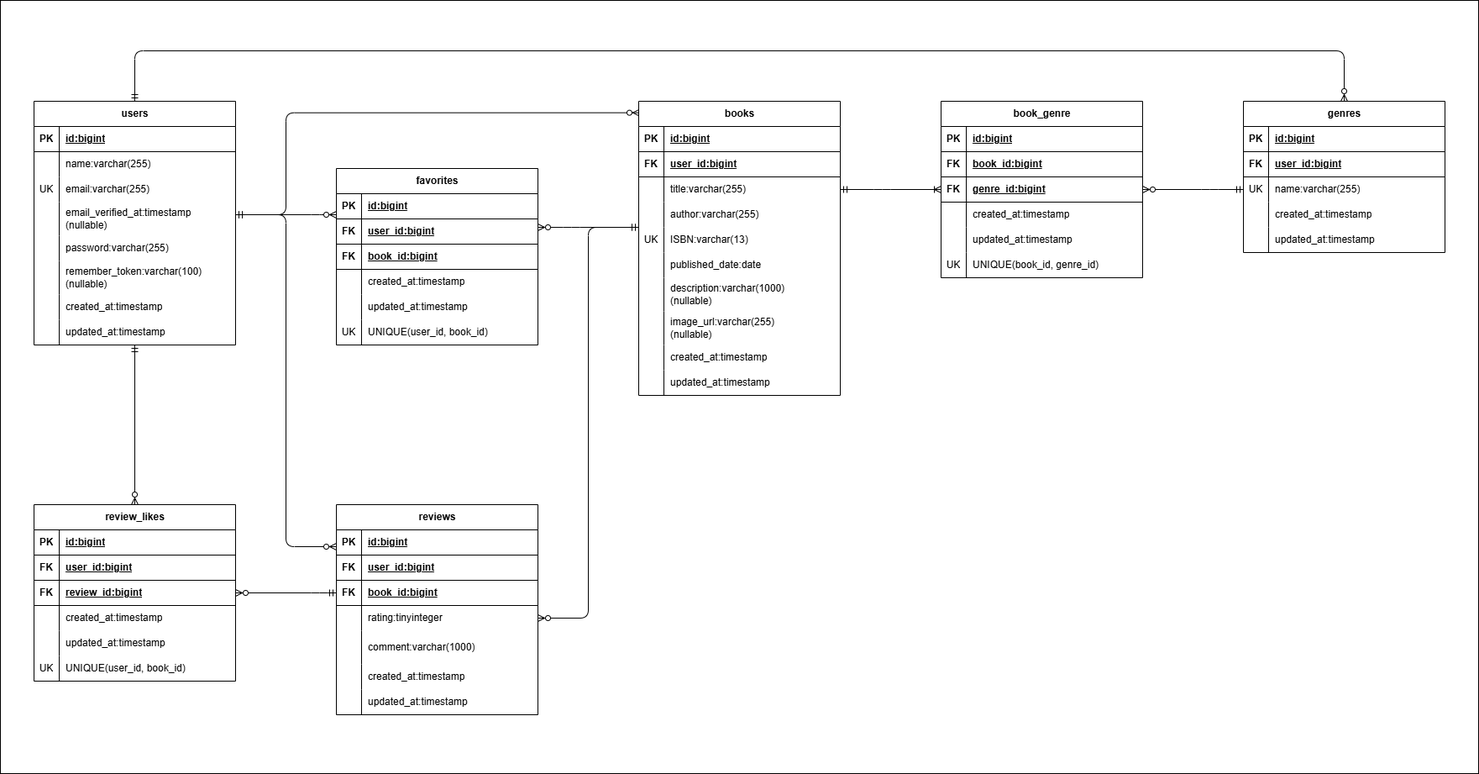
Before: docs/ER.png, a diagram exported from draw.io (tasuku1209/bookshelf-app). Source tidied: cells renumbered, new cells last; positions are measured from the earlier drawing's top-left corner, leaving out a move shared by most shapes.
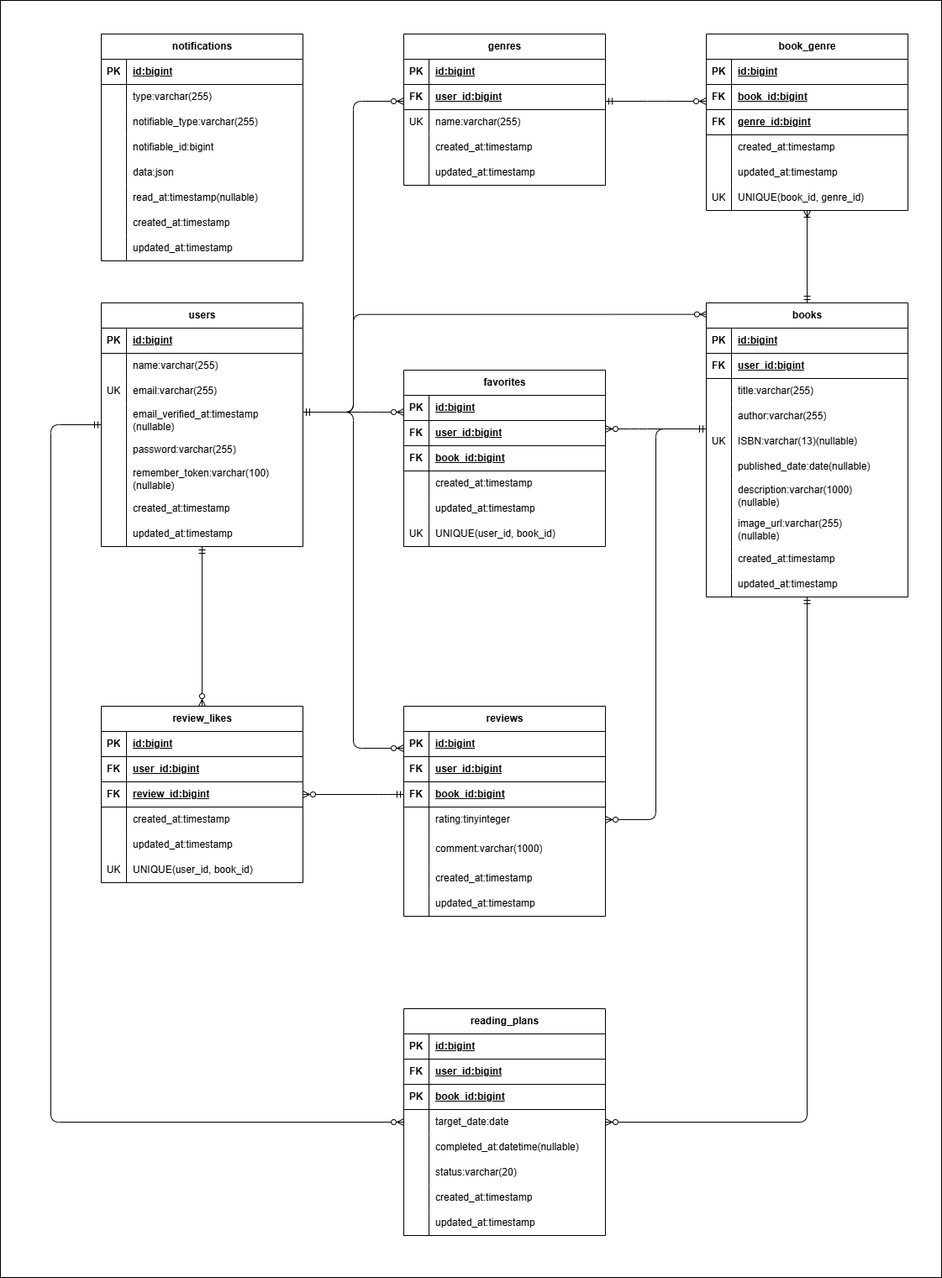
After the commit.

What changed in the source:
```diff
@@ -4,5 +4,5 @@
     <mxCell id="1" parent="0" />
-    <mxCell id="2" style="rounded=0;whiteSpace=wrap;html=1;" parent="1" vertex="1">
-      <mxGeometry width="1760" height="920" as="geometry" />
-    </mxCell>
+    <mxCell id="164" style="rounded=0;whiteSpace=wrap;html=1;" parent="1" vertex="1">
+      <mxGeometry x="-80" y="-240" width="1120" height="1520" as="geometry" />
+    </mxCell>
     <mxCell id="3" style="edgeStyle=orthogonalEdgeStyle;html=1;startArrow=ERmandOne;startFill=0;endArrow=ERzeroToMany;endFill=0;entryX=0.004;entryY=0.039;entryDx=0;entryDy=0;entryPerimeter=0;" parent="1" edge="1" source="8" target="52">
@@ -10,4 +10,4 @@
         <Array as="points">
-          <mxPoint x="340" y="255" />
-          <mxPoint x="340" y="133" />
+          <mxPoint x="340" y="250" />
+          <mxPoint x="340" y="134" />
         </Array>
@@ -18,4 +18,4 @@
         <Array as="points">
-          <mxPoint x="380" y="255" />
-          <mxPoint x="380" y="255" />
+          <mxPoint x="360" y="250" />
+          <mxPoint x="360" y="250" />
         </Array>
@@ -26,3 +26,3 @@
         <Array as="points">
-          <mxPoint x="340" y="255" />
+          <mxPoint x="340" y="250" />
           <mxPoint x="340" y="650" />
@@ -37,4 +37,4 @@
         <Array as="points">
-          <mxPoint x="160" y="60" />
-          <mxPoint x="1600" y="60" />
+          <mxPoint x="340" y="250" />
+          <mxPoint x="340" y="-120" />
         </Array>
@@ -42,2 +42,10 @@
     </mxCell>
+    <mxCell id="165" style="edgeStyle=orthogonalEdgeStyle;html=1;startArrow=ERmandOne;startFill=0;endArrow=ERzeroToMany;endFill=0;" parent="1" edge="1" source="8" target="167">
+      <mxGeometry relative="1" as="geometry">
+        <Array as="points">
+          <mxPoint x="-20" y="265" />
+          <mxPoint x="-20" y="1095" />
+        </Array>
+      </mxGeometry>
+    </mxCell>
     <mxCell id="8" value="users" style="shape=table;startSize=30;rowLines=0;fontStyle=1;align=center;html=1;" parent="1" vertex="1">
@@ -120,4 +128,4 @@
         <Array as="points">
-          <mxPoint x="1440" y="225" />
-          <mxPoint x="1440" y="225" />
+          <mxPoint x="700" y="-120" />
+          <mxPoint x="700" y="-120" />
         </Array>
@@ -126,3 +134,3 @@
     <mxCell id="34" value="genres" style="shape=table;startSize=30;rowLines=0;fontStyle=1;align=center;html=1;" parent="1" vertex="1">
-      <mxGeometry x="1480" y="120" width="240" height="180" as="geometry" />
+      <mxGeometry x="400" y="-200" width="240" height="180" as="geometry" />
     </mxCell>
@@ -184,4 +192,4 @@
         <Array as="points">
-          <mxPoint x="1050" y="225" />
-          <mxPoint x="1050" y="225" />
+          <mxPoint x="880" y="220" />
+          <mxPoint x="880" y="220" />
         </Array>
@@ -189,2 +197,9 @@
     </mxCell>
+    <mxCell id="166" style="edgeStyle=orthogonalEdgeStyle;html=1;startArrow=ERmandOne;startFill=0;endArrow=ERzeroToMany;endFill=0;" parent="1" edge="1" source="52" target="167">
+      <mxGeometry relative="1" as="geometry">
+        <Array as="points">
+          <mxPoint x="880" y="1095" />
+        </Array>
+      </mxGeometry>
+    </mxCell>
     <mxCell id="52" value="books" style="shape=table;startSize=30;rowLines=0;fontStyle=1;align=center;html=1;" parent="1" vertex="1">
@@ -234,3 +249,3 @@
     </mxCell>
-    <mxCell id="67" value="&lt;span style=&quot;color: rgb(0, 0, 0);&quot;&gt;ISBN:varchar(13)&lt;/span&gt;" style="shape=partialRectangle;fillColor=none;top=0;left=0;bottom=0;right=0;align=left;spacingLeft=6;overflow=hidden;whiteSpace=wrap;html=1;" parent="65" vertex="1">
+    <mxCell id="67" value="&lt;span style=&quot;color: rgb(0, 0, 0);&quot;&gt;ISBN:varchar(13)&lt;/span&gt;&lt;span style=&quot;color: rgb(0, 0, 0);&quot;&gt;(nullable)&lt;/span&gt;" style="shape=partialRectangle;fillColor=none;top=0;left=0;bottom=0;right=0;align=left;spacingLeft=6;overflow=hidden;whiteSpace=wrap;html=1;" parent="65" vertex="1">
       <mxGeometry x="30" width="210" height="30" as="geometry" />
@@ -243,3 +258,3 @@
     </mxCell>
-    <mxCell id="70" value="&lt;span style=&quot;color: rgb(0, 0, 0);&quot;&gt;published_date:date&lt;/span&gt;" style="shape=partialRectangle;fillColor=none;top=0;left=0;bottom=0;right=0;align=left;spacingLeft=6;overflow=hidden;whiteSpace=wrap;html=1;" parent="68" vertex="1">
+    <mxCell id="70" value="&lt;span style=&quot;color: rgb(0, 0, 0);&quot;&gt;published_date:date&lt;/span&gt;&lt;span style=&quot;color: rgb(0, 0, 0);&quot;&gt;(nullable)&lt;/span&gt;" style="shape=partialRectangle;fillColor=none;top=0;left=0;bottom=0;right=0;align=left;spacingLeft=6;overflow=hidden;whiteSpace=wrap;html=1;" parent="68" vertex="1">
       <mxGeometry x="30" width="210" height="30" as="geometry" />
@@ -357,3 +372,3 @@
     <mxCell id="106" value="book_genre" style="shape=table;startSize=30;rowLines=0;fontStyle=1;align=center;html=1;" parent="1" vertex="1">
-      <mxGeometry x="1120" y="120" width="240" height="210" as="geometry" />
+      <mxGeometry x="760" y="-200" width="240" height="210" as="geometry" />
     </mxCell>
@@ -535,2 +550,152 @@
     </mxCell>
+    <mxCell id="167" value="reading_plans" style="shape=table;startSize=30;rowLines=0;fontStyle=1;align=center;html=1;" parent="1" vertex="1">
+      <mxGeometry x="400" y="960" width="240" height="270" as="geometry" />
+    </mxCell>
+    <mxCell id="168" style="shape=tableRow;horizontal=0;startSize=0;swimlaneHead=0;swimlaneBody=0;fillColor=none;top=0;left=0;right=0;bottom=1;" parent="167" vertex="1">
+      <mxGeometry y="30" width="240" height="30" as="geometry" />
+    </mxCell>
+    <mxCell id="169" value="PK" style="shape=partialRectangle;fillColor=none;top=0;left=0;bottom=0;right=0;fontStyle=1;overflow=hidden;whiteSpace=wrap;html=1;" parent="168" vertex="1">
+      <mxGeometry width="30" height="30" as="geometry" />
+    </mxCell>
+    <mxCell id="170" value="&lt;span style=&quot;color: rgb(0, 0, 0);&quot;&gt;id:bigint&lt;/span&gt;" style="shape=partialRectangle;fillColor=none;top=0;left=0;bottom=0;right=0;align=left;spacingLeft=6;fontStyle=5;overflow=hidden;whiteSpace=wrap;html=1;" parent="168" vertex="1">
+      <mxGeometry x="30" width="210" height="30" as="geometry" />
+    </mxCell>
+    <mxCell id="171" style="shape=tableRow;horizontal=0;startSize=0;swimlaneHead=0;swimlaneBody=0;fillColor=none;top=0;left=0;right=0;bottom=1;" parent="167" vertex="1">
+      <mxGeometry y="60" width="240" height="30" as="geometry" />
+    </mxCell>
+    <mxCell id="172" value="FK" style="shape=partialRectangle;fillColor=none;top=0;left=0;bottom=0;right=0;fontStyle=1;overflow=hidden;whiteSpace=wrap;html=1;" parent="171" vertex="1">
+      <mxGeometry width="30" height="30" as="geometry" />
+    </mxCell>
+    <mxCell id="173" value="&lt;span style=&quot;color: rgb(0, 0, 0);&quot;&gt;user_id:bigint&lt;/span&gt;" style="shape=partialRectangle;fillColor=none;top=0;left=0;bottom=0;right=0;align=left;spacingLeft=6;fontStyle=5;overflow=hidden;whiteSpace=wrap;html=1;" parent="171" vertex="1">
+      <mxGeometry x="30" width="210" height="30" as="geometry" />
+    </mxCell>
+    <mxCell id="174" style="shape=tableRow;horizontal=0;startSize=0;swimlaneHead=0;swimlaneBody=0;fillColor=none;top=0;left=0;right=0;bottom=1;" parent="167" vertex="1">
+      <mxGeometry y="90" width="240" height="30" as="geometry" />
+    </mxCell>
+    <mxCell id="175" value="PK" style="shape=partialRectangle;fillColor=none;top=0;left=0;bottom=0;right=0;fontStyle=1;overflow=hidden;whiteSpace=wrap;html=1;" parent="174" vertex="1">
+      <mxGeometry width="30" height="30" as="geometry" />
+    </mxCell>
+    <mxCell id="176" value="&lt;span style=&quot;color: rgb(0, 0, 0);&quot;&gt;book_id:bigint&lt;/span&gt;" style="shape=partialRectangle;fillColor=none;top=0;left=0;bottom=0;right=0;align=left;spacingLeft=6;fontStyle=5;overflow=hidden;whiteSpace=wrap;html=1;" parent="174" vertex="1">
+      <mxGeometry x="30" width="210" height="30" as="geometry" />
+    </mxCell>
+    <mxCell id="177" style="shape=tableRow;horizontal=0;startSize=0;swimlaneHead=0;swimlaneBody=0;fillColor=none;top=0;left=0;right=0;bottom=0;" parent="167" vertex="1">
+      <mxGeometry y="120" width="240" height="30" as="geometry" />
+    </mxCell>
+    <mxCell id="178" style="shape=partialRectangle;fillColor=none;top=0;left=0;bottom=0;right=0;overflow=hidden;whiteSpace=wrap;html=1;" parent="177" vertex="1">
+      <mxGeometry width="30" height="30" as="geometry" />
+    </mxCell>
+    <mxCell id="179" value="&lt;span style=&quot;color: rgb(0, 0, 0);&quot;&gt;target_date:date&lt;/span&gt;" style="shape=partialRectangle;fillColor=none;top=0;left=0;bottom=0;right=0;align=left;spacingLeft=6;overflow=hidden;whiteSpace=wrap;html=1;" parent="177" vertex="1">
+      <mxGeometry x="30" width="210" height="30" as="geometry" />
+    </mxCell>
+    <mxCell id="180" style="shape=tableRow;horizontal=0;startSize=0;swimlaneHead=0;swimlaneBody=0;fillColor=none;top=0;left=0;right=0;bottom=0;" parent="167" vertex="1">
+      <mxGeometry y="150" width="240" height="30" as="geometry" />
+    </mxCell>
+    <mxCell id="181" style="shape=partialRectangle;fillColor=none;top=0;left=0;bottom=0;right=0;overflow=hidden;whiteSpace=wrap;html=1;" parent="180" vertex="1">
+      <mxGeometry width="30" height="30" as="geometry" />
+    </mxCell>
+    <mxCell id="182" value="&lt;span style=&quot;color: rgb(0, 0, 0);&quot;&gt;completed_at:datetime&lt;/span&gt;&lt;span style=&quot;color: rgb(0, 0, 0);&quot;&gt;(nullable)&lt;/span&gt;" style="shape=partialRectangle;fillColor=none;top=0;left=0;bottom=0;right=0;align=left;spacingLeft=6;overflow=hidden;whiteSpace=wrap;html=1;" parent="180" vertex="1">
+      <mxGeometry x="30" width="210" height="30" as="geometry" />
+    </mxCell>
+    <mxCell id="183" style="shape=tableRow;horizontal=0;startSize=0;swimlaneHead=0;swimlaneBody=0;fillColor=none;top=0;left=0;right=0;bottom=0;" parent="167" vertex="1">
+      <mxGeometry y="180" width="240" height="30" as="geometry" />
+    </mxCell>
+    <mxCell id="184" style="shape=partialRectangle;fillColor=none;top=0;left=0;bottom=0;right=0;overflow=hidden;whiteSpace=wrap;html=1;" parent="183" vertex="1">
+      <mxGeometry width="30" height="30" as="geometry" />
+    </mxCell>
+    <mxCell id="185" value="&lt;span style=&quot;color: rgb(0, 0, 0);&quot;&gt;status:varchar(20)&lt;/span&gt;" style="shape=partialRectangle;fillColor=none;top=0;left=0;bottom=0;right=0;align=left;spacingLeft=6;overflow=hidden;whiteSpace=wrap;html=1;" parent="183" vertex="1">
+      <mxGeometry x="30" width="210" height="30" as="geometry" />
+    </mxCell>
+    <mxCell id="186" style="shape=tableRow;horizontal=0;startSize=0;swimlaneHead=0;swimlaneBody=0;fillColor=none;top=0;left=0;right=0;bottom=0;" parent="167" vertex="1">
+      <mxGeometry y="210" width="240" height="30" as="geometry" />
+    </mxCell>
+    <mxCell id="187" style="shape=partialRectangle;fillColor=none;top=0;left=0;bottom=0;right=0;overflow=hidden;whiteSpace=wrap;html=1;" parent="186" vertex="1">
+      <mxGeometry width="30" height="30" as="geometry" />
+    </mxCell>
+    <mxCell id="188" value="&lt;span style=&quot;color: rgb(0, 0, 0);&quot;&gt;created_at&lt;/span&gt;&lt;span style=&quot;color: rgb(0, 0, 0);&quot;&gt;:timestamp&lt;/span&gt;" style="shape=partialRectangle;fillColor=none;top=0;left=0;bottom=0;right=0;align=left;spacingLeft=6;overflow=hidden;whiteSpace=wrap;html=1;" parent="186" vertex="1">
+      <mxGeometry x="30" width="210" height="30" as="geometry" />
+    </mxCell>
+    <mxCell id="189" style="shape=tableRow;horizontal=0;startSize=0;swimlaneHead=0;swimlaneBody=0;fillColor=none;top=0;left=0;right=0;bottom=0;" parent="167" vertex="1">
+      <mxGeometry y="240" width="240" height="30" as="geometry" />
+    </mxCell>
+    <mxCell id="190" style="shape=partialRectangle;fillColor=none;top=0;left=0;bottom=0;right=0;overflow=hidden;whiteSpace=wrap;html=1;" parent="189" vertex="1">
+      <mxGeometry width="30" height="30" as="geometry" />
+    </mxCell>
+    <mxCell id="191" value="updated_at&lt;span style=&quot;color: rgb(0, 0, 0);&quot;&gt;:timestamp&lt;/span&gt;" style="shape=partialRectangle;fillColor=none;top=0;left=0;bottom=0;right=0;align=left;spacingLeft=6;overflow=hidden;whiteSpace=wrap;html=1;" parent="189" vertex="1">
+      <mxGeometry x="30" width="210" height="30" as="geometry" />
+    </mxCell>
+    <mxCell id="192" value="notifications" style="shape=table;startSize=30;rowLines=0;fontStyle=1;align=center;html=1;" parent="1" vertex="1">
+      <mxGeometry x="40" y="-200" width="240" height="270" as="geometry" />
+    </mxCell>
+    <mxCell id="193" style="shape=tableRow;horizontal=0;startSize=0;swimlaneHead=0;swimlaneBody=0;fillColor=none;top=0;left=0;right=0;bottom=1;" parent="192" vertex="1">
+      <mxGeometry y="30" width="240" height="30" as="geometry" />
+    </mxCell>
+    <mxCell id="194" value="PK" style="shape=partialRectangle;fillColor=none;top=0;left=0;bottom=0;right=0;fontStyle=1;overflow=hidden;whiteSpace=wrap;html=1;" parent="193" vertex="1">
+      <mxGeometry width="30" height="30" as="geometry" />
+    </mxCell>
+    <mxCell id="195" value="&lt;span style=&quot;color: rgb(0, 0, 0);&quot;&gt;id:bigint&lt;/span&gt;" style="shape=partialRectangle;fillColor=none;top=0;left=0;bottom=0;right=0;align=left;spacingLeft=6;fontStyle=5;overflow=hidden;whiteSpace=wrap;html=1;" parent="193" vertex="1">
+      <mxGeometry x="30" width="210" height="30" as="geometry" />
+    </mxCell>
+    <mxCell id="196" style="shape=tableRow;horizontal=0;startSize=0;swimlaneHead=0;swimlaneBody=0;fillColor=none;top=0;left=0;right=0;bottom=0;" parent="192" vertex="1">
+      <mxGeometry y="60" width="240" height="30" as="geometry" />
+    </mxCell>
+    <mxCell id="197" style="shape=partialRectangle;fillColor=none;top=0;left=0;bottom=0;right=0;overflow=hidden;whiteSpace=wrap;html=1;" parent="196" vertex="1">
+      <mxGeometry width="30" height="30" as="geometry" />
+    </mxCell>
+    <mxCell id="198" value="&lt;span style=&quot;color: rgb(0, 0, 0);&quot;&gt;type:&lt;/span&gt;&lt;span style=&quot;color: rgb(0, 0, 0);&quot;&gt;varchar(255)&lt;/span&gt;" style="shape=partialRectangle;fillColor=none;top=0;left=0;bottom=0;right=0;align=left;spacingLeft=6;overflow=hidden;whiteSpace=wrap;html=1;" parent="196" vertex="1">
+      <mxGeometry x="30" width="210" height="30" as="geometry" />
+    </mxCell>
+    <mxCell id="199" style="shape=tableRow;horizontal=0;startSize=0;swimlaneHead=0;swimlaneBody=0;fillColor=none;top=0;left=0;right=0;bottom=0;" parent="192" vertex="1">
+      <mxGeometry y="90" width="240" height="30" as="geometry" />
+    </mxCell>
+    <mxCell id="200" style="shape=partialRectangle;fillColor=none;top=0;left=0;bottom=0;right=0;overflow=hidden;whiteSpace=wrap;html=1;" parent="199" vertex="1">
+      <mxGeometry width="30" height="30" as="geometry" />
+    </mxCell>
+    <mxCell id="201" value="&lt;span style=&quot;color: rgb(0, 0, 0);&quot;&gt;notifiable_type&lt;/span&gt;&lt;span style=&quot;scrollbar-color: rgb(226, 226, 226) rgb(251, 251, 251); color: rgb(0, 0, 0);&quot;&gt;:&lt;/span&gt;&lt;span style=&quot;scrollbar-color: rgb(226, 226, 226) rgb(251, 251, 251); color: rgb(0, 0, 0);&quot;&gt;varchar(255)&lt;/span&gt;" style="shape=partialRectangle;fillColor=none;top=0;left=0;bottom=0;right=0;align=left;spacingLeft=6;overflow=hidden;whiteSpace=wrap;html=1;" parent="199" vertex="1">
+      <mxGeometry x="30" width="210" height="30" as="geometry" />
+    </mxCell>
+    <mxCell id="202" style="shape=tableRow;horizontal=0;startSize=0;swimlaneHead=0;swimlaneBody=0;fillColor=none;top=0;left=0;right=0;bottom=0;" parent="192" vertex="1">
+      <mxGeometry y="120" width="240" height="30" as="geometry" />
+    </mxCell>
+    <mxCell id="203" style="shape=partialRectangle;fillColor=none;top=0;left=0;bottom=0;right=0;overflow=hidden;whiteSpace=wrap;html=1;" parent="202" vertex="1">
+      <mxGeometry width="30" height="30" as="geometry" />
+    </mxCell>
+    <mxCell id="204" value="&lt;span style=&quot;color: rgb(0, 0, 0);&quot;&gt;notifiable_id&lt;/span&gt;&lt;span style=&quot;color: rgb(0, 0, 0);&quot;&gt;:bigint&lt;/span&gt;" style="shape=partialRectangle;fillColor=none;top=0;left=0;bottom=0;right=0;align=left;spacingLeft=6;overflow=hidden;whiteSpace=wrap;html=1;" parent="202" vertex="1">
+      <mxGeometry x="30" width="210" height="30" as="geometry" />
+    </mxCell>
+    <mxCell id="205" style="shape=tableRow;horizontal=0;startSize=0;swimlaneHead=0;swimlaneBody=0;fillColor=none;top=0;left=0;right=0;bottom=0;" parent="192" vertex="1">
+      <mxGeometry y="150" width="240" height="30" as="geometry" />
+    </mxCell>
+    <mxCell id="206" style="shape=partialRectangle;fillColor=none;top=0;left=0;bottom=0;right=0;overflow=hidden;whiteSpace=wrap;html=1;" parent="205" vertex="1">
+      <mxGeometry width="30" height="30" as="geometry" />
+    </mxCell>
+    <mxCell id="207" value="&lt;span style=&quot;color: rgb(0, 0, 0);&quot;&gt;data:json&lt;/span&gt;" style="shape=partialRectangle;fillColor=none;top=0;left=0;bottom=0;right=0;align=left;spacingLeft=6;overflow=hidden;whiteSpace=wrap;html=1;" parent="205" vertex="1">
+      <mxGeometry x="30" width="210" height="30" as="geometry" />
+    </mxCell>
+    <mxCell id="208" style="shape=tableRow;horizontal=0;startSize=0;swimlaneHead=0;swimlaneBody=0;fillColor=none;top=0;left=0;right=0;bottom=0;" parent="192" vertex="1">
+      <mxGeometry y="180" width="240" height="30" as="geometry" />
+    </mxCell>
+    <mxCell id="209" style="shape=partialRectangle;fillColor=none;top=0;left=0;bottom=0;right=0;overflow=hidden;whiteSpace=wrap;html=1;" parent="208" vertex="1">
+      <mxGeometry width="30" height="30" as="geometry" />
+    </mxCell>
+    <mxCell id="210" value="&lt;span style=&quot;color: rgb(0, 0, 0);&quot;&gt;read_at&lt;/span&gt;&lt;span style=&quot;color: rgb(0, 0, 0);&quot;&gt;:timestamp&lt;/span&gt;&lt;span style=&quot;color: rgb(0, 0, 0);&quot;&gt;(nullable)&lt;/span&gt;" style="shape=partialRectangle;fillColor=none;top=0;left=0;bottom=0;right=0;align=left;spacingLeft=6;overflow=hidden;whiteSpace=wrap;html=1;" parent="208" vertex="1">
+      <mxGeometry x="30" width="210" height="30" as="geometry" />
+    </mxCell>
+    <mxCell id="211" style="shape=tableRow;horizontal=0;startSize=0;swimlaneHead=0;swimlaneBody=0;fillColor=none;top=0;left=0;right=0;bottom=0;" parent="192" vertex="1">
+      <mxGeometry y="210" width="240" height="30" as="geometry" />
+    </mxCell>
+    <mxCell id="212" style="shape=partialRectangle;fillColor=none;top=0;left=0;bottom=0;right=0;overflow=hidden;whiteSpace=wrap;html=1;" parent="211" vertex="1">
+      <mxGeometry width="30" height="30" as="geometry" />
+    </mxCell>
+    <mxCell id="213" value="&lt;span style=&quot;color: rgb(0, 0, 0);&quot;&gt;created_at&lt;/span&gt;&lt;span style=&quot;color: rgb(0, 0, 0);&quot;&gt;:timestamp&lt;/span&gt;" style="shape=partialRectangle;fillColor=none;top=0;left=0;bottom=0;right=0;align=left;spacingLeft=6;overflow=hidden;whiteSpace=wrap;html=1;" parent="211" vertex="1">
+      <mxGeometry x="30" width="210" height="30" as="geometry" />
+    </mxCell>
+    <mxCell id="214" style="shape=tableRow;horizontal=0;startSize=0;swimlaneHead=0;swimlaneBody=0;fillColor=none;top=0;left=0;right=0;bottom=0;" parent="192" vertex="1">
+      <mxGeometry y="240" width="240" height="30" as="geometry" />
+    </mxCell>
+    <mxCell id="215" style="shape=partialRectangle;fillColor=none;top=0;left=0;bottom=0;right=0;overflow=hidden;whiteSpace=wrap;html=1;" parent="214" vertex="1">
+      <mxGeometry width="30" height="30" as="geometry" />
+    </mxCell>
+    <mxCell id="216" value="updated_at&lt;span style=&quot;color: rgb(0, 0, 0);&quot;&gt;:timestamp&lt;/span&gt;" style="shape=partialRectangle;fillColor=none;top=0;left=0;bottom=0;right=0;align=left;spacingLeft=6;overflow=hidden;whiteSpace=wrap;html=1;" parent="214" vertex="1">
+      <mxGeometry x="30" width="210" height="30" as="geometry" />
+    </mxCell>
   </root>
```
